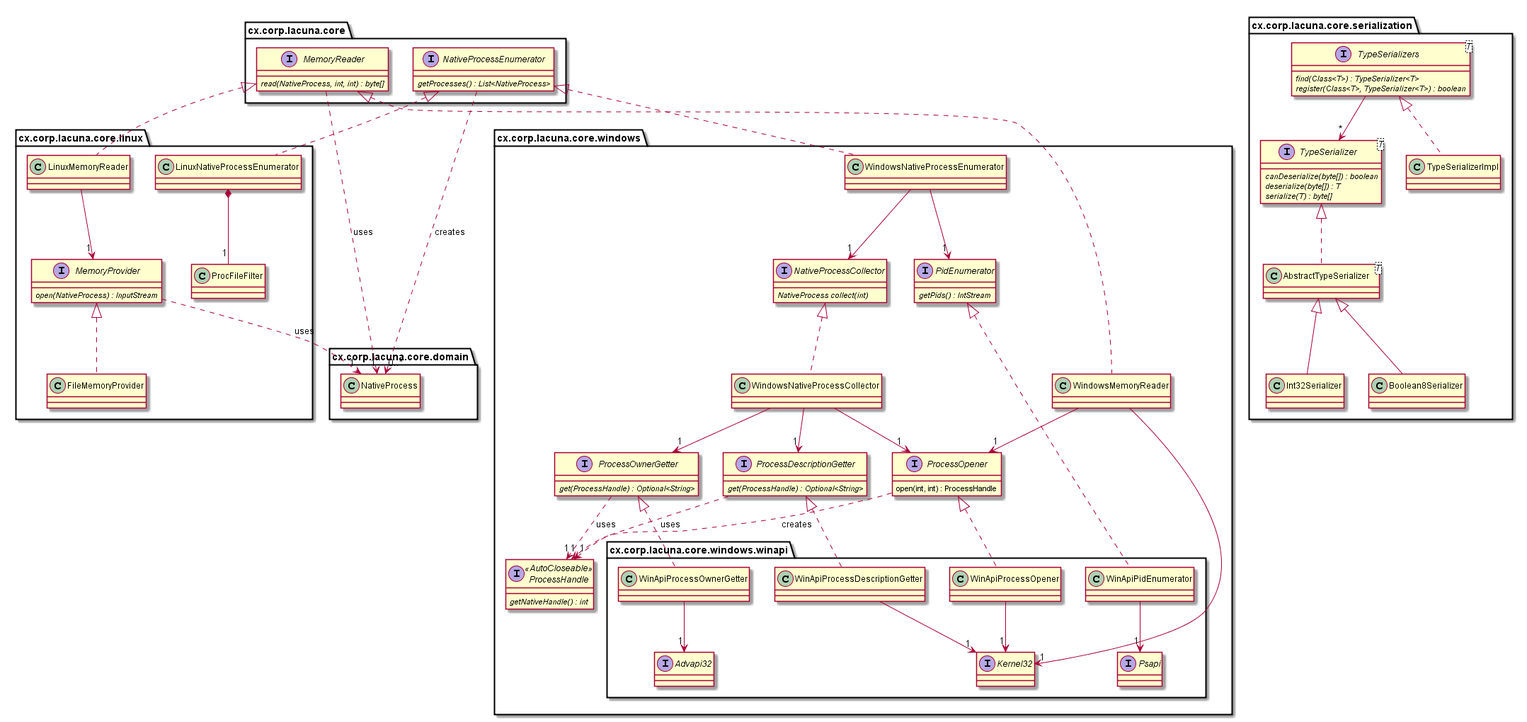
Earlier version of the PlantUML export dokumentaatio/luokkakaavio.png (cxcorp/lacuna). Its source is kept beside it as dokumentaatio/luokkakaavio.puml.
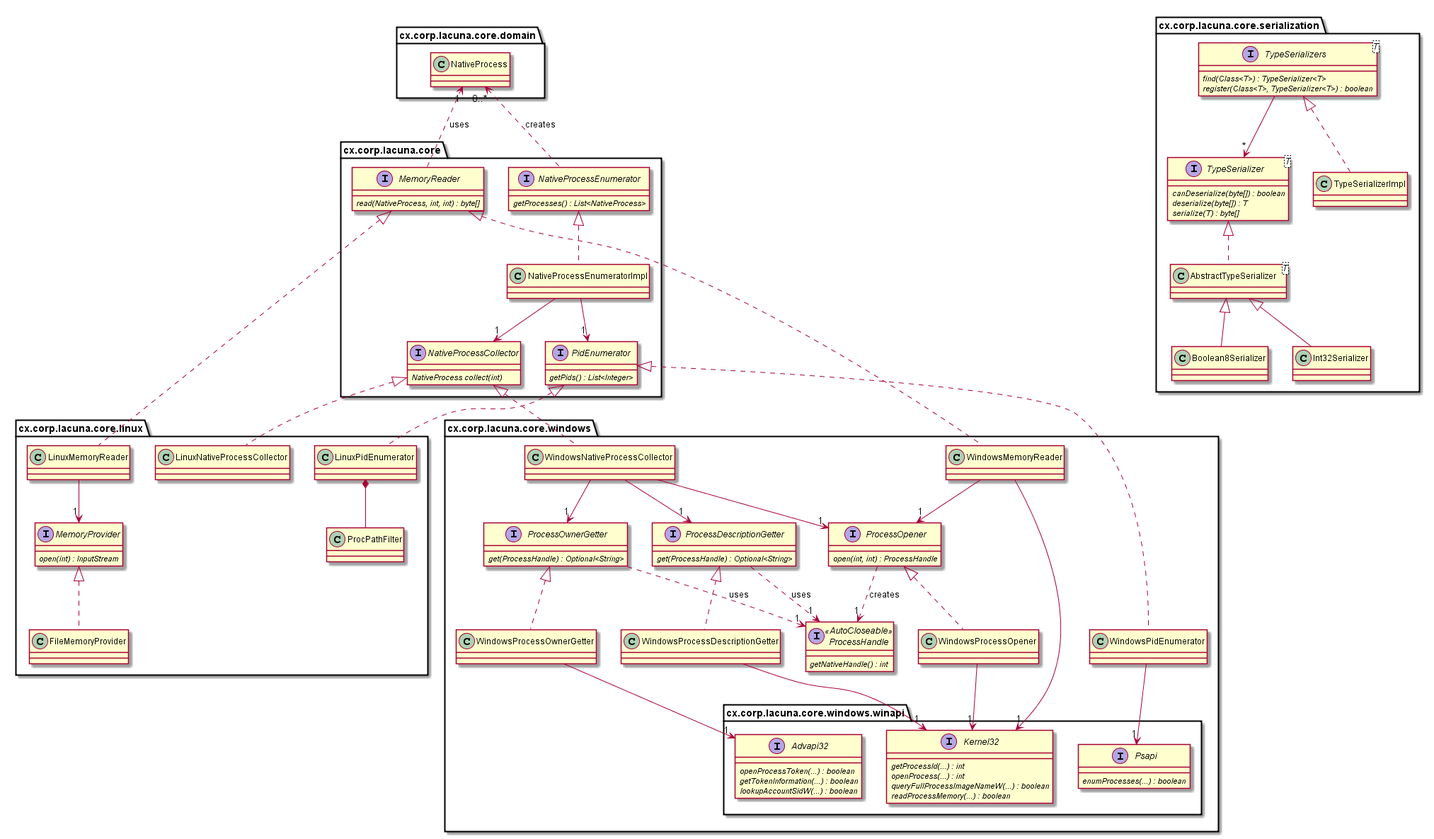
After the change.

Commit message:
Update class diagrams

What changed in the source:
```diff
@@ -11,9 +11,21 @@
     interface NativeProcessEnumerator {
         {abstract} getProcesses() : List<NativeProcess>
     }
+    interface NativeProcessCollector {
+        {abstract} NativeProcess collect(int)
+    }
+    interface PidEnumerator {
+        {abstract} getPids() : List<Integer>
+    }
 
-    MemoryReader ..>  "1" NativeProcess : uses
-    NativeProcessEnumerator ..> "0..*" NativeProcess : creates
+    class NativeProcessEnumeratorImpl
+
+    NativeProcessEnumerator <|.. NativeProcessEnumeratorImpl
+    NativeProcessEnumeratorImpl --> "1" PidEnumerator
+    NativeProcessEnumeratorImpl --> "1" NativeProcessCollector
+
+    MemoryReader .up.>  "1" NativeProcess : uses
+    NativeProcessEnumerator .up.> "0..*" NativeProcess : creates
 }
 
 package cx.corp.lacuna.core.serialization {
@@ -42,21 +54,22 @@
 package cx.corp.lacuna.core.windows {
 
     package cx.corp.lacuna.core.windows.winapi {
-        interface Kernel32
-        interface Advapi32
-        interface Psapi
-        class WinApiPidEnumerator
-        class WinApiProcessDescriptionGetter
-        class WinApiProcessOpener
-        class WinApiProcessOwnerGetter
+        interface Kernel32 {
+            {abstract} getProcessId(...) : int
+            {abstract} openProcess(...) : int
+            {abstract} queryFullProcessImageNameW(...) : boolean
+            {abstract} readProcessMemory(...) : boolean
+        }
+        interface Advapi32 {
+            {abstract} openProcessToken(...) : boolean
+            {abstract} getTokenInformation(...) : boolean
+            {abstract} lookupAccountSidW(...) : boolean
+        }
+        interface Psapi {
+            {abstract} enumProcesses(...) : boolean
+        }
     }
 
-    interface NativeProcessCollector {
-        {abstract} NativeProcess collect(int)
-    }
-    interface PidEnumerator {
-        {abstract} getPids() : IntStream
-    }
     interface ProcessDescriptionGetter {
         {abstract} get(ProcessHandle) : Optional<String>
     }
@@ -67,17 +80,16 @@
         {abstract} getNativeHandle() : int
     }
     interface ProcessOpener {
-        open(int, int) : ProcessHandle
+        {abstract} open(int, int) : ProcessHandle
     }
 
+    class WindowsMemoryReader
+    class WindowsNativeProcessCollector
+    class WindowsPidEnumerator
 
-    class WindowsNativeProcessEnumerator
-    class WindowsNativeProcessCollector
-    class WindowsMemoryReader
-
-    NativeProcessEnumerator <|.. WindowsNativeProcessEnumerator
-    WindowsNativeProcessEnumerator --> "1" PidEnumerator
-    WindowsNativeProcessEnumerator --> "1" NativeProcessCollector
+    class WindowsProcessDescriptionGetter
+    class WindowsProcessOpener
+    class WindowsProcessOwnerGetter
 
     NativeProcessCollector <|.. WindowsNativeProcessCollector
 
@@ -89,18 +101,16 @@
     ProcessOwnerGetter ..> "1" ProcessHandle : uses
     ProcessDescriptionGetter ..> "1" ProcessHandle : uses
 
+    PidEnumerator <|.. WindowsPidEnumerator
+    WindowsPidEnumerator --> "1" Psapi
 
-    PidEnumerator <|.. WinApiPidEnumerator
-    WinApiPidEnumerator --> "1" Psapi
+    ProcessOpener <|.. WindowsProcessOpener
+    ProcessOwnerGetter <|.. WindowsProcessOwnerGetter
+    ProcessDescriptionGetter <|.. WindowsProcessDescriptionGetter
 
-    ProcessOpener <|.. WinApiProcessOpener
-    ProcessOwnerGetter <|.. WinApiProcessOwnerGetter
-    ProcessDescriptionGetter <|.. WinApiProcessDescriptionGetter
-
-    WinApiProcessOpener --> "1" Kernel32
-    WinApiProcessDescriptionGetter --> "1" Kernel32
-    WinApiProcessOwnerGetter --> "1" Advapi32
-
+    WindowsProcessOpener --> "1" Kernel32
+    WindowsProcessDescriptionGetter --> "1" Kernel32
+    WindowsProcessOwnerGetter --> "1" Advapi32
 
     MemoryReader <|.. WindowsMemoryReader
     WindowsMemoryReader --> "1" Kernel32
@@ -109,17 +119,19 @@
 
 package cx.corp.lacuna.core.linux {
     interface MemoryProvider {
-        {abstract} open(NativeProcess) : InputStream
+        {abstract} open(int) : InputStream
     }
-    class LinuxNativeProcessEnumerator
+    class LinuxNativeProcessCollector
+    class LinuxPidEnumerator
     class LinuxMemoryReader
-    class ProcFileFilter
+    class ProcPathFilter
     class FileMemoryProvider
 
-    NativeProcessEnumerator <|.. LinuxNativeProcessEnumerator
-    LinuxNativeProcessEnumerator *-- "1" ProcFileFilter
+    NativeProcessCollector <|.. LinuxNativeProcessCollector
+    PidEnumerator <|.. LinuxPidEnumerator
 
-    MemoryProvider ..> "1" NativeProcess : uses
+    LinuxPidEnumerator *-- ProcPathFilter
+
     MemoryProvider <|.. FileMemoryProvider
 
     MemoryReader <|.. LinuxMemoryReader
```
